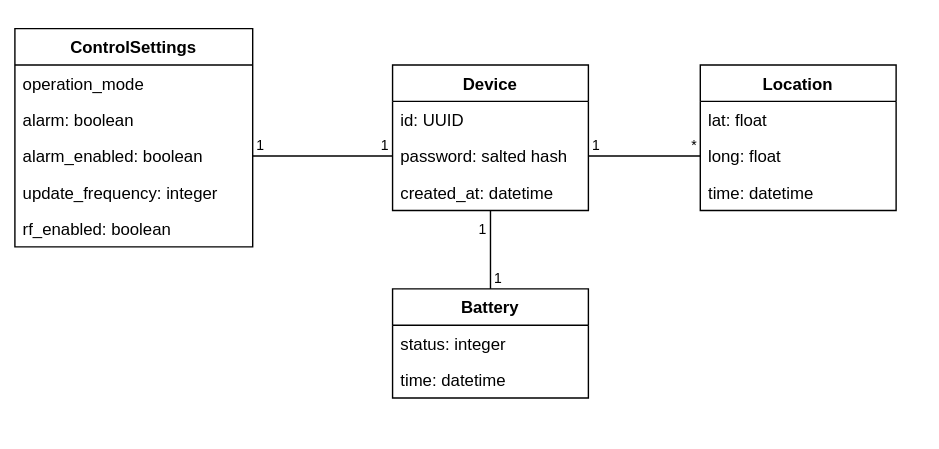
Before: docs/model.svg, a diagram exported from draw.io (moritzschramm/location-tracker). Source tidied: cells renumbered, new cells last; positions are measured from the earlier drawing's top-left corner, leaving out a move shared by most shapes. Source of this version:
```xml
<mxGraphModel>
  <root>
    <mxCell id="0" />
    <mxCell id="1" parent="0" />
    <mxCell id="2" style="rounded=0;whiteSpace=wrap;html=1;strokeColor=none;" parent="1" vertex="1">
      <mxGeometry width="670" height="320" as="geometry" />
    </mxCell>
    <mxCell id="3" value="Device" style="swimlane;fontStyle=1;horizontal=1;startSize=26;fillColor=none;" parent="1" vertex="1">
      <mxGeometry x="280" y="46" width="140" height="104" as="geometry" />
    </mxCell>
    <mxCell id="4" value="id: UUID" style="text;strokeColor=none;fillColor=none;align=left;verticalAlign=top;spacingLeft=4;spacingRight=4;overflow=hidden;" parent="3" vertex="1">
      <mxGeometry y="26" width="140" height="26" as="geometry" />
    </mxCell>
    <mxCell id="5" value="password: salted hash" style="text;strokeColor=none;fillColor=none;align=left;verticalAlign=top;spacingLeft=4;spacingRight=4;overflow=hidden;points=[[0,0.5],[1,0.5]];portConstraint=eastwest;" parent="3" vertex="1">
      <mxGeometry y="52" width="140" height="26" as="geometry" />
    </mxCell>
    <mxCell id="6" value="created_at: datetime" style="text;strokeColor=none;fillColor=none;align=left;verticalAlign=top;spacingLeft=4;spacingRight=4;overflow=hidden;points=[[0,0.5],[1,0.5]];portConstraint=eastwest;" parent="3" vertex="1">
      <mxGeometry y="78" width="140" height="26" as="geometry" />
    </mxCell>
    <mxCell id="7" value="Location" style="swimlane;fontStyle=1;horizontal=1;startSize=26;fillColor=none;" parent="1" vertex="1">
      <mxGeometry x="500" y="46" width="140" height="104" as="geometry" />
    </mxCell>
    <mxCell id="8" value="lat: float" style="text;strokeColor=none;fillColor=none;align=left;verticalAlign=top;spacingLeft=4;spacingRight=4;overflow=hidden;" parent="7" vertex="1">
      <mxGeometry y="26" width="140" height="26" as="geometry" />
    </mxCell>
    <mxCell id="9" value="long: float" style="text;strokeColor=none;fillColor=none;align=left;verticalAlign=top;spacingLeft=4;spacingRight=4;overflow=hidden;points=[[0,0.5],[1,0.5]];portConstraint=eastwest;" parent="7" vertex="1">
      <mxGeometry y="52" width="140" height="26" as="geometry" />
    </mxCell>
    <mxCell id="10" value="time: datetime" style="text;strokeColor=none;fillColor=none;align=left;verticalAlign=top;spacingLeft=4;spacingRight=4;overflow=hidden;" parent="7" vertex="1">
      <mxGeometry y="78" width="140" height="26" as="geometry" />
    </mxCell>
    <mxCell id="11" style="endArrow=none;html=1;edgeStyle=orthogonalEdgeStyle;entryX=0;entryY=0.5;entryDx=0;entryDy=0;exitX=1;exitY=0.5;exitDx=0;exitDy=0;" parent="1" edge="1" source="5" target="9">
      <mxGeometry relative="1" as="geometry" />
    </mxCell>
    <mxCell id="12" value="1" style="html=1;align=left;verticalAlign=bottom;labelBackgroundColor=#ffffff;fontSize=10;" parent="11" vertex="1">
      <mxGeometry x="-1" relative="1" as="geometry" />
    </mxCell>
    <mxCell id="13" value="*" style="html=1;align=right;verticalAlign=bottom;labelBackgroundColor=#ffffff;fontSize=10;" parent="11" vertex="1">
      <mxGeometry x="1" relative="1" as="geometry" />
    </mxCell>
    <mxCell id="14" value="Battery" style="swimlane;fontStyle=1;horizontal=1;startSize=26;fillColor=none;" parent="1" vertex="1">
      <mxGeometry x="280" y="206" width="140" height="78" as="geometry" />
    </mxCell>
    <mxCell id="15" value="status: integer" style="text;strokeColor=none;fillColor=none;align=left;verticalAlign=top;spacingLeft=4;spacingRight=4;overflow=hidden;" parent="14" vertex="1">
      <mxGeometry y="26" width="140" height="26" as="geometry" />
    </mxCell>
    <mxCell id="16" value="time: datetime" style="text;strokeColor=none;fillColor=none;align=left;verticalAlign=top;spacingLeft=4;spacingRight=4;overflow=hidden;" parent="14" vertex="1">
      <mxGeometry y="52" width="140" height="26" as="geometry" />
    </mxCell>
    <mxCell id="17" value="ControlSettings" style="swimlane;fontStyle=1;horizontal=1;startSize=26;fillColor=none;" parent="1" vertex="1">
      <mxGeometry x="10" y="20" width="170" height="156" as="geometry" />
    </mxCell>
    <mxCell id="18" value="operation_mode" style="text;strokeColor=none;fillColor=none;align=left;verticalAlign=top;spacingLeft=4;spacingRight=4;overflow=hidden;" parent="17" vertex="1">
      <mxGeometry y="26" width="170" height="26" as="geometry" />
    </mxCell>
    <mxCell id="19" value="alarm: boolean" style="text;strokeColor=none;fillColor=none;align=left;verticalAlign=top;spacingLeft=4;spacingRight=4;overflow=hidden;" parent="17" vertex="1">
      <mxGeometry y="52" width="170" height="26" as="geometry" />
    </mxCell>
    <mxCell id="20" value="alarm_enabled: boolean" style="text;strokeColor=none;fillColor=none;align=left;verticalAlign=top;spacingLeft=4;spacingRight=4;overflow=hidden;" parent="17" vertex="1">
      <mxGeometry y="78" width="170" height="26" as="geometry" />
    </mxCell>
    <mxCell id="21" value="update_frequency: integer" style="text;strokeColor=none;fillColor=none;align=left;verticalAlign=top;spacingLeft=4;spacingRight=4;overflow=hidden;" parent="17" vertex="1">
      <mxGeometry y="104" width="170" height="26" as="geometry" />
    </mxCell>
    <mxCell id="22" value="rf_enabled: boolean" style="text;strokeColor=none;fillColor=none;align=left;verticalAlign=top;spacingLeft=4;spacingRight=4;overflow=hidden;" parent="17" vertex="1">
      <mxGeometry y="130" width="170" height="26" as="geometry" />
    </mxCell>
    <mxCell id="23" style="endArrow=none;html=1;edgeStyle=orthogonalEdgeStyle;entryX=0;entryY=0.5;entryDx=0;entryDy=0;" parent="1" edge="1" target="5">
      <mxGeometry relative="1" as="geometry">
        <mxPoint x="180" y="111" as="sourcePoint" />
      </mxGeometry>
    </mxCell>
    <mxCell id="24" value="1" style="html=1;align=left;verticalAlign=bottom;labelBackgroundColor=#ffffff;fontSize=10;" parent="23" vertex="1">
      <mxGeometry x="-1" relative="1" as="geometry" />
    </mxCell>
    <mxCell id="25" value="1" style="html=1;align=right;verticalAlign=bottom;labelBackgroundColor=#ffffff;fontSize=10;" parent="23" vertex="1">
      <mxGeometry x="1" relative="1" as="geometry" />
    </mxCell>
    <mxCell id="26" style="endArrow=none;html=1;edgeStyle=orthogonalEdgeStyle;entryX=0.5;entryY=1;entryDx=0;entryDy=0;exitX=0.5;exitY=0;exitDx=0;exitDy=0;entryPerimeter=0;verticalAlign=middle;" parent="1" edge="1" source="14" target="6">
      <mxGeometry relative="1" as="geometry" />
    </mxCell>
    <mxCell id="27" value="1" style="html=1;align=left;verticalAlign=bottom;labelBackgroundColor=#ffffff;fontSize=10;" parent="26" vertex="1">
      <mxGeometry x="-1" relative="1" as="geometry" />
    </mxCell>
    <mxCell id="28" value="1" style="html=1;align=right;verticalAlign=top;labelBackgroundColor=#ffffff;fontSize=10;labelPosition=left;verticalLabelPosition=bottom;" parent="26" vertex="1">
      <mxGeometry x="1" relative="1" as="geometry" />
    </mxCell>
  </root>
</mxGraphModel>
```
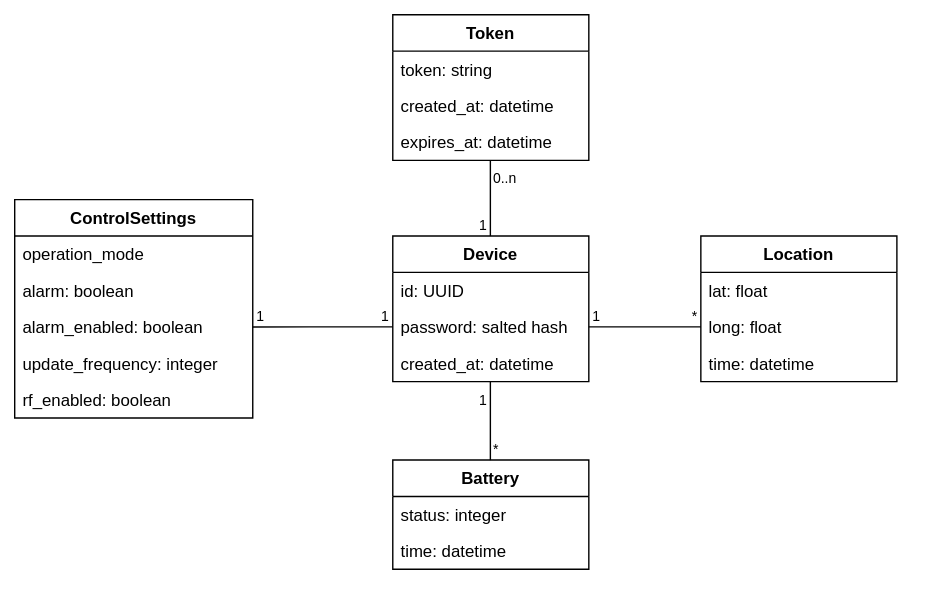
After the change.

Commit message:
update model draft and readme

What changed in the source:
```diff
@@ -3,7 +3,7 @@
     <mxCell id="0" />
     <mxCell id="1" parent="0" />
     <mxCell id="2" style="rounded=0;whiteSpace=wrap;html=1;strokeColor=none;" parent="1" vertex="1">
-      <mxGeometry width="670" height="320" as="geometry" />
+      <mxGeometry y="-122" width="670" height="430" as="geometry" />
     </mxCell>
     <mxCell id="3" value="Device" style="swimlane;fontStyle=1;horizontal=1;startSize=26;fillColor=none;" parent="1" vertex="1">
       <mxGeometry x="280" y="46" width="140" height="104" as="geometry" />
@@ -79,11 +79,32 @@
     <mxCell id="26" style="endArrow=none;html=1;edgeStyle=orthogonalEdgeStyle;entryX=0.5;entryY=1;entryDx=0;entryDy=0;exitX=0.5;exitY=0;exitDx=0;exitDy=0;entryPerimeter=0;verticalAlign=middle;" parent="1" edge="1" source="14" target="6">
       <mxGeometry relative="1" as="geometry" />
     </mxCell>
-    <mxCell id="27" value="1" style="html=1;align=left;verticalAlign=bottom;labelBackgroundColor=#ffffff;fontSize=10;" parent="26" vertex="1">
+    <mxCell id="27" value="*" style="html=1;align=left;verticalAlign=bottom;labelBackgroundColor=#ffffff;fontSize=10;" parent="26" vertex="1">
       <mxGeometry x="-1" relative="1" as="geometry" />
     </mxCell>
     <mxCell id="28" value="1" style="html=1;align=right;verticalAlign=top;labelBackgroundColor=#ffffff;fontSize=10;labelPosition=left;verticalLabelPosition=bottom;" parent="26" vertex="1">
       <mxGeometry x="1" relative="1" as="geometry" />
     </mxCell>
+    <mxCell id="29" value="Token" style="swimlane;fontStyle=1;horizontal=1;startSize=26;fillColor=none;" parent="1" vertex="1">
+      <mxGeometry x="280" y="-112" width="140" height="104" as="geometry" />
+    </mxCell>
+    <mxCell id="30" value="token: string" style="text;strokeColor=none;fillColor=none;align=left;verticalAlign=top;spacingLeft=4;spacingRight=4;overflow=hidden;" parent="29" vertex="1">
+      <mxGeometry y="26" width="140" height="26" as="geometry" />
+    </mxCell>
+    <mxCell id="31" value="created_at: datetime" style="text;strokeColor=none;fillColor=none;align=left;verticalAlign=top;spacingLeft=4;spacingRight=4;overflow=hidden;" parent="29" vertex="1">
+      <mxGeometry y="52" width="140" height="26" as="geometry" />
+    </mxCell>
+    <mxCell id="32" value="expires_at: datetime" style="text;strokeColor=none;fillColor=none;align=left;verticalAlign=top;spacingLeft=4;spacingRight=4;overflow=hidden;" parent="29" vertex="1">
+      <mxGeometry y="78" width="140" height="26" as="geometry" />
+    </mxCell>
+    <mxCell id="33" style="endArrow=none;html=1;endSize=12;startArrow=none;startSize=14;startFill=0;edgeStyle=orthogonalEdgeStyle;entryX=0.5;entryY=0;entryDx=0;entryDy=0;exitX=0.5;exitY=1;exitDx=0;exitDy=0;endFill=0;" parent="1" edge="1" source="29" target="3">
+      <mxGeometry relative="1" as="geometry" />
+    </mxCell>
+    <mxCell id="34" value="0..n" style="html=1;align=left;verticalAlign=top;labelBackgroundColor=#ffffff;fontSize=10;" parent="33" vertex="1">
+      <mxGeometry x="-1" relative="1" as="geometry" />
+    </mxCell>
+    <mxCell id="35" value="1" style="html=1;align=right;verticalAlign=bottom;labelBackgroundColor=#ffffff;fontSize=10;" parent="33" vertex="1">
+      <mxGeometry x="1" relative="1" as="geometry" />
+    </mxCell>
   </root>
 </mxGraphModel>
```
